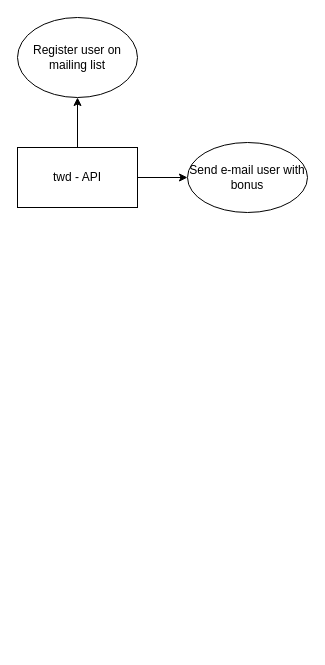
This is design/model.drawio from Eduardolimacesl/twd-clean-arc-api, a draw.io file, before an edit. Source tidied: cells renumbered, new cells numbered last; positions are measured from the earlier drawing's top-left corner, leaving out a move shared by most shapes. Both pictures are drawn from the tidied source at 100%, with x=0, y=0 at pixel (17, 17).
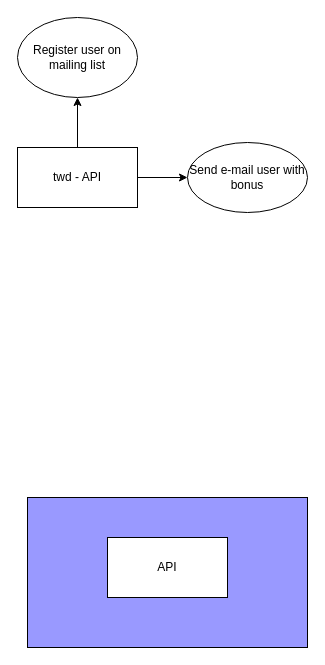
Above is the later version.

Diff of the diagram source:
```diff
@@
 <mxGraphModel>
   <root>
     <mxCell id="0" />
     <mxCell id="1" parent="0" />
     <mxCell id="2" style="edgeStyle=none;html=1;" parent="1" edge="1" source="4" target="5">
       <mxGeometry relative="1" as="geometry" />
     </mxCell>
     <mxCell id="3" style="edgeStyle=none;html=1;" parent="1" edge="1" source="4" target="6">
       <mxGeometry relative="1" as="geometry" />
     </mxCell>
     <mxCell id="4" value="twd - API" style="rounded=0;whiteSpace=wrap;html=1;" parent="1" vertex="1">
       <mxGeometry y="130" width="120" height="60" as="geometry" />
     </mxCell>
     <mxCell id="5" value="Register user on mailing list" style="ellipse;whiteSpace=wrap;html=1;" parent="1" vertex="1">
       <mxGeometry width="120" height="80" as="geometry" />
     </mxCell>
     <mxCell id="6" value="Send e-mail user with bonus" style="ellipse;whiteSpace=wrap;html=1;" parent="1" vertex="1">
       <mxGeometry x="170" y="125" width="120" height="70" as="geometry" />
     </mxCell>
+    <mxCell id="7" style="rounded=0;whiteSpace=wrap;html=1;fillColor=#9999FF;" parent="1" vertex="1">
+      <mxGeometry x="10" y="480" width="280" height="150" as="geometry" />
+    </mxCell>
+    <mxCell id="8" value="API" style="rounded=0;whiteSpace=wrap;html=1;fillColor=#FFFFFF;fontColor=#000000;" parent="1" vertex="1">
+      <mxGeometry x="90" y="520" width="120" height="60" as="geometry" />
+    </mxCell>
   </root>
 </mxGraphModel>
```
